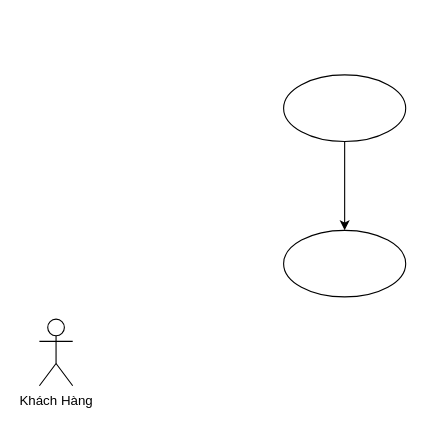
This is usecase phân rã khách hàng.drawio from Shadowcatz7/MobileShop, a draw.io file, before an edit. Source tidied: cells renumbered, new cells numbered last; positions are measured from the earlier drawing's top-left corner, leaving out a move shared by most shapes. Both pictures are drawn from the tidied source at 111%, with x=0, y=0 at pixel (39, 74).
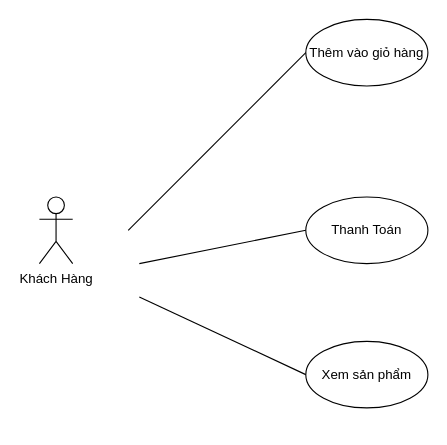
After the change.

Commit message (it also covers changes not shown here):
Cập nhật usecase phân rã khách hàng.drawio

Change to the diagram source:
```diff
@@
 <mxGraphModel>
   <root>
     <mxCell id="0" />
     <mxCell id="1" parent="0" />
     <mxCell id="2" value="Khách Hàng&lt;div&gt;&lt;br&gt;&lt;/div&gt;" style="shape=umlActor;verticalLabelPosition=bottom;verticalAlign=top;html=1;" parent="1" vertex="1">
-      <mxGeometry y="220" width="30" height="60" as="geometry" />
+      <mxGeometry y="110" width="30" height="60" as="geometry" />
     </mxCell>
-    <mxCell id="3" style="edgeStyle=orthogonalEdgeStyle;rounded=0;jettySize=auto;html=1;" parent="1" edge="1" source="4" target="5">
-      <mxGeometry relative="1" as="geometry" />
-    </mxCell>
-    <mxCell id="4" style="ellipse;whiteSpace=wrap;html=1;" parent="1" vertex="1">
-      <mxGeometry x="220" width="110" height="60" as="geometry" />
+    <mxCell id="4" value="Thêm vào giỏ hàng" style="ellipse;whiteSpace=wrap;html=1;" parent="1" vertex="1">
+      <mxGeometry x="240" y="-50" width="110" height="60" as="geometry" />
     </mxCell>
-    <mxCell id="5" style="ellipse;whiteSpace=wrap;html=1;" parent="1" vertex="1">
-      <mxGeometry x="220" y="140" width="110" height="60" as="geometry" />
+    <mxCell id="5" value="Thanh Toán" style="ellipse;whiteSpace=wrap;html=1;" parent="1" vertex="1">
+      <mxGeometry x="240" y="110" width="110" height="60" as="geometry" />
     </mxCell>
+    <mxCell id="6" value="Xem sản phẩm" style="ellipse;whiteSpace=wrap;html=1;" parent="1" vertex="1">
+      <mxGeometry x="240" y="240" width="110" height="60" as="geometry" />
+    </mxCell>
+    <mxCell id="7" style="endArrow=none;html=1;rounded=0;entryX=0;entryY=0.5;entryDx=0;entryDy=0;" parent="1" edge="1" target="4">
+      <mxGeometry relative="1" as="geometry">
+        <mxPoint x="80" y="140" as="sourcePoint" />
+      </mxGeometry>
+    </mxCell>
+    <mxCell id="8" style="endArrow=none;html=1;rounded=0;entryX=0;entryY=0.5;entryDx=0;entryDy=0;" parent="1" edge="1" target="5">
+      <mxGeometry relative="1" as="geometry">
+        <mxPoint x="90" y="170" as="sourcePoint" />
+      </mxGeometry>
+    </mxCell>
+    <mxCell id="9" style="endArrow=none;html=1;rounded=0;entryX=0;entryY=0.5;entryDx=0;entryDy=0;" parent="1" edge="1" target="6">
+      <mxGeometry relative="1" as="geometry">
+        <mxPoint x="90" y="200" as="sourcePoint" />
+      </mxGeometry>
+    </mxCell>
   </root>
 </mxGraphModel>
```
